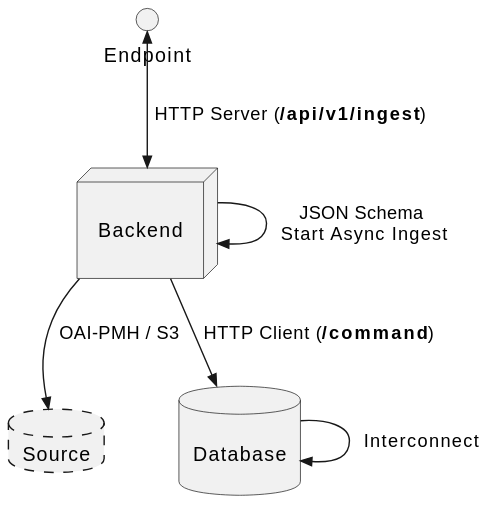
The PlantUML diagram docs/images/ingest-endpoint.svg in ulbmuenster/dataasee, before a commit. Source of this version:
```plantuml
@startuml
database src as "Source" #line.dashed;

interface endpoint [
Endpoint
]

node backend [

Backend

]

database database [

Database

]

endpoint <<-->> backend : " HTTP Server (<b>/api/v1/ingest</b>)"

backend -->> src : " OAI-PMH / S3"
backend -->> backend : " JSON Schema \n Start Async Ingest"
backend -->> database : " HTTP Client (<b>/command</b>)"
database -->> database : " Interconnect"
@enduml
```
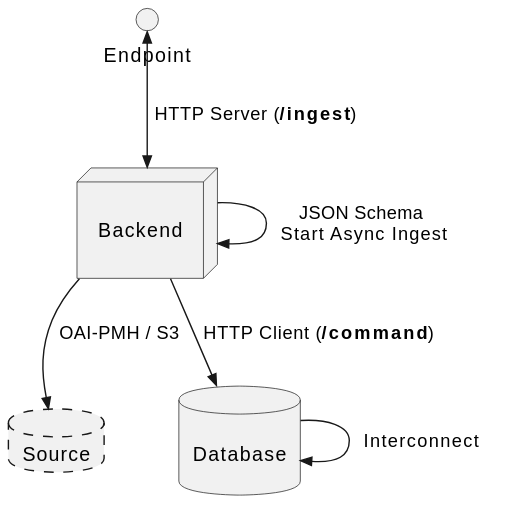
Later version of the same file.

Diff of the diagram source:
```diff
@@ -17,7 +17,7 @@
 
 ]
 
-endpoint <<-->> backend : " HTTP Server (<b>/api/v1/ingest</b>)"
+endpoint <<-->> backend : " HTTP Server (<b>/ingest</b>)"
 
 backend -->> src : " OAI-PMH / S3"
 backend -->> backend : " JSON Schema \n Start Async Ingest"
```
